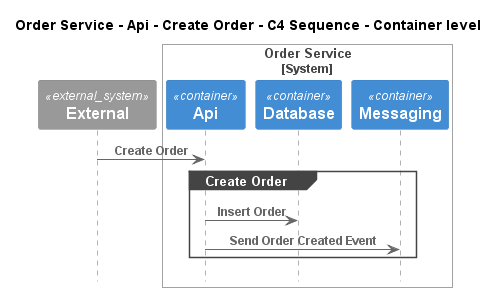
The PlantUML diagram e-commerce-platform/Software Systems/Order Service/Containers/Api/Interfaces/Create Order/Container - C4 Sequence.png in C4InterFlow/architecture-as-code-samples, before a commit.
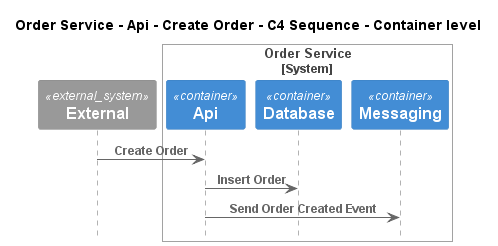
After the commit.

What changed in the source:
```diff
@@ -13,10 +13,8 @@
 Boundary_End()
 
 Rel(C4InterFlow.SoftwareSystems.ExternalSystem, ECommercePlatform.SoftwareSystems.OrderService.Containers.Api, "Create Order")
-group Create Order
 Rel(ECommercePlatform.SoftwareSystems.OrderService.Containers.Api, ECommercePlatform.SoftwareSystems.OrderService.Containers.Database, "Insert Order")
 Rel(ECommercePlatform.SoftwareSystems.OrderService.Containers.Api, ECommercePlatform.SoftwareSystems.OrderService.Containers.Messaging, "Send Order Created Event")
-end
 
 
 @enduml
```
